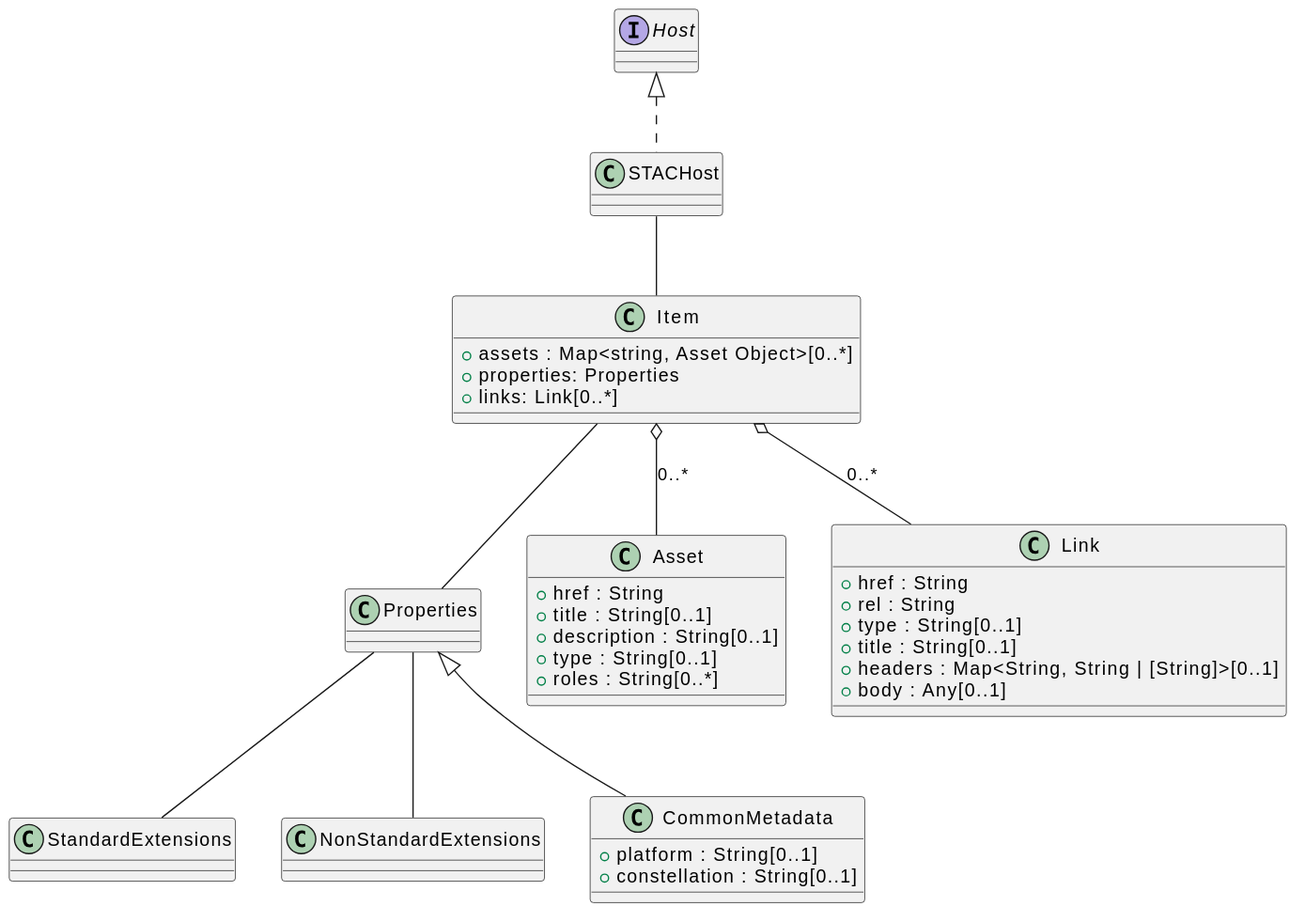
Earlier version of the PlantUML export images/ode-host-class-diagram.svg (pdssp/pdssp_data_model).
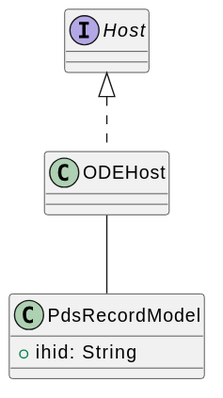
After the commit.

The edit, as a diff of the source:
```diff
@@ -1,48 +1,12 @@
 @startuml
 interface Host
 
-class STACHost
+class ODEHost
 
-class Item {
-  + assets : Map<string, Asset Object>[0..*]
-  + properties: Properties
-  + links: Link[0..*]
+class PdsRecordModel {
+  + ihid: String
 }
 
-class Properties
-
-class StandardExtensions
-
-class NonStandardExtensions
-
-class CommonMetadata {
-  + platform : String[0..1]
-  + constellation : String[0..1]
-}
-
-class Asset {
-  + href : String
-  + title : String[0..1]
-  + description : String[0..1]
-  + type : String[0..1]
-  + roles : String[0..*]
-}
-
-class Link {
-  + href : String
-  + rel : String
-  + type : String[0..1]
-  + title : String[0..1]
-  + headers : Map<String, String | [String]>[0..1]
-  + body : Any[0..1]
-}
-
-Host <|.. STACHost
-STACHost -- Item
-Item -- Properties
-Properties <|-- CommonMetadata
-Properties -- StandardExtensions
-Properties -- NonStandardExtensions
-Item o-- Asset : 0..*
-Item o-- Link : 0..*
+Host <|.. ODEHost
+ODEHost -- PdsRecordModel
 @enduml
```
